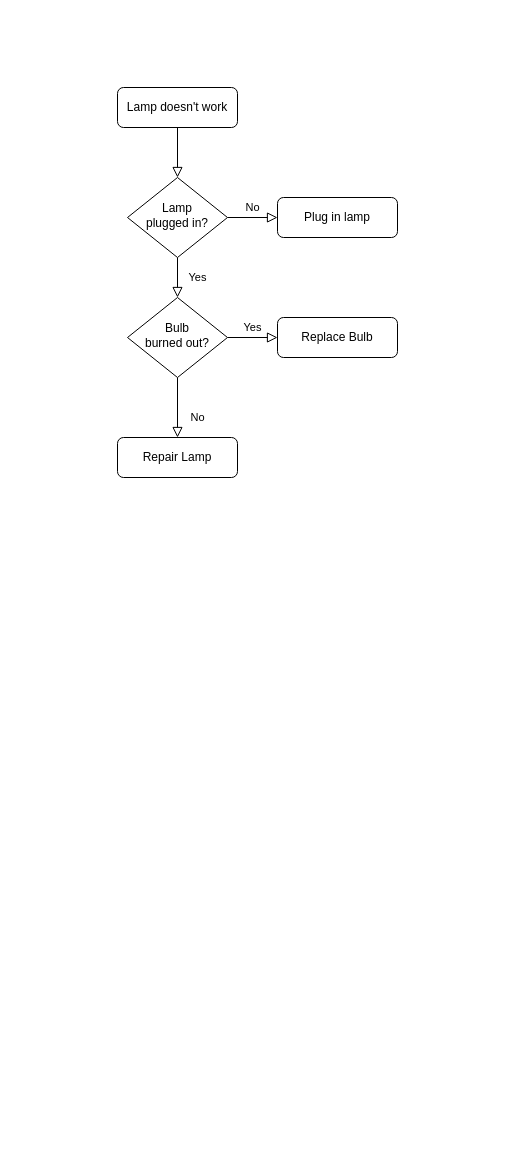
Above: Untitled Diagram.drawio in hmasoudd/genesys-models (draw.io), before the change. Source tidied: cells renumbered, new cells numbered last; positions are measured from the earlier drawing's top-left corner, leaving out a move shared by most shapes. Both pictures are drawn from the tidied source at 100%, with x=0, y=0 at pixel (117, 87).
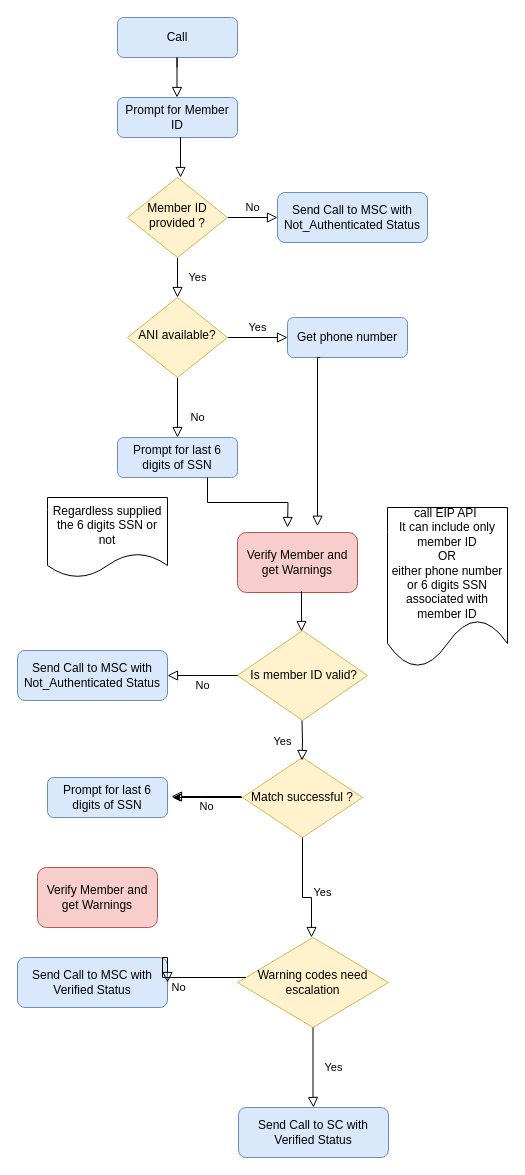
After the change.

Commit message:
genesis business Workflow.drawio

Diff of the diagram source:
```diff
@@
-    <mxCell id="2" style="rounded=0;html=1;jettySize=auto;fontSize=11;endArrow=block;endFill=0;endSize=8;strokeWidth=1;shadow=0;labelBackgroundColor=none;edgeStyle=orthogonalEdgeStyle;" parent="1" edge="1" source="3" target="6">
-      <mxGeometry relative="1" as="geometry" />
-    </mxCell>
-    <mxCell id="3" value="Lamp doesn't work" style="rounded=1;whiteSpace=wrap;html=1;fontSize=12;glass=0;strokeWidth=1;shadow=0;" parent="1" vertex="1">
-      <mxGeometry width="120" height="40" as="geometry" />
+    <mxCell id="3" value="Call" style="rounded=1;whiteSpace=wrap;html=1;fontSize=12;glass=0;strokeWidth=1;shadow=0;fillColor=#dae8fc;strokeColor=#6c8ebf;" parent="1" vertex="1">
+      <mxGeometry y="-70" width="120" height="40" as="geometry" />
     </mxCell>
@@
-    <mxCell id="6" value="Lamp&lt;br&gt;plugged in?" style="rhombus;whiteSpace=wrap;html=1;shadow=0;fontFamily=Helvetica;fontSize=12;align=center;strokeWidth=1;spacing=6;spacingTop=-4;" parent="1" vertex="1">
+    <mxCell id="6" value="Member ID provided ?" style="rhombus;whiteSpace=wrap;html=1;shadow=0;fontFamily=Helvetica;fontSize=12;align=center;strokeWidth=1;spacing=6;spacingTop=-4;fillColor=#fff2cc;strokeColor=#d6b656;" parent="1" vertex="1">
       <mxGeometry x="10" y="90" width="100" height="80" as="geometry" />
     </mxCell>
-    <mxCell id="7" value="Plug in lamp" style="rounded=1;whiteSpace=wrap;html=1;fontSize=12;glass=0;strokeWidth=1;shadow=0;" parent="1" vertex="1">
-      <mxGeometry x="160" y="110" width="120" height="40" as="geometry" />
+    <mxCell id="7" value="Send Call to MSC with Not_Authenticated Status" style="rounded=1;whiteSpace=wrap;html=1;fontSize=12;glass=0;strokeWidth=1;shadow=0;fillColor=#dae8fc;strokeColor=#6c8ebf;" parent="1" vertex="1">
+      <mxGeometry x="160" y="105" width="150" height="50" as="geometry" />
     </mxCell>
@@
-    <mxCell id="10" value="Bulb&lt;br&gt;burned out?" style="rhombus;whiteSpace=wrap;html=1;shadow=0;fontFamily=Helvetica;fontSize=12;align=center;strokeWidth=1;spacing=6;spacingTop=-4;" parent="1" vertex="1">
+    <mxCell id="10" value="ANI available?" style="rhombus;whiteSpace=wrap;html=1;shadow=0;fontFamily=Helvetica;fontSize=12;align=center;strokeWidth=1;spacing=6;spacingTop=-4;fillColor=#fff2cc;strokeColor=#d6b656;" parent="1" vertex="1">
       <mxGeometry x="10" y="210" width="100" height="80" as="geometry" />
     </mxCell>
-    <mxCell id="11" value="Repair Lamp" style="rounded=1;whiteSpace=wrap;html=1;fontSize=12;glass=0;strokeWidth=1;shadow=0;" parent="1" vertex="1">
+    <mxCell id="11" value="Prompt for last 6 digits of SSN" style="rounded=1;whiteSpace=wrap;html=1;fontSize=12;glass=0;strokeWidth=1;shadow=0;fillColor=#dae8fc;strokeColor=#6c8ebf;" parent="1" vertex="1">
       <mxGeometry y="350" width="120" height="40" as="geometry" />
     </mxCell>
-    <mxCell id="12" value="Replace Bulb" style="rounded=1;whiteSpace=wrap;html=1;fontSize=12;glass=0;strokeWidth=1;shadow=0;" parent="1" vertex="1">
-      <mxGeometry x="160" y="230" width="120" height="40" as="geometry" />
+    <mxCell id="12" value="Get phone number" style="rounded=1;whiteSpace=wrap;html=1;fontSize=12;glass=0;strokeWidth=1;shadow=0;fillColor=#dae8fc;strokeColor=#6c8ebf;" parent="1" vertex="1">
+      <mxGeometry x="170" y="230" width="120" height="40" as="geometry" />
     </mxCell>
+    <mxCell id="13" value="Prompt for Member ID" style="rounded=1;whiteSpace=wrap;html=1;fillColor=#dae8fc;strokeColor=#6c8ebf;" parent="1" vertex="1">
+      <mxGeometry y="10" width="120" height="40" as="geometry" />
+    </mxCell>
+    <mxCell id="14" value="Verify Member and get Warnings" style="rounded=1;whiteSpace=wrap;html=1;fillColor=#f8cecc;strokeColor=#b85450;" parent="1" vertex="1">
+      <mxGeometry x="120" y="445" width="120" height="60" as="geometry" />
+    </mxCell>
+    <mxCell id="15" style="rounded=0;html=1;jettySize=auto;fontSize=11;endArrow=block;endFill=0;endSize=8;strokeWidth=1;shadow=0;labelBackgroundColor=none;edgeStyle=orthogonalEdgeStyle;exitX=0.75;exitY=1;exitDx=0;exitDy=0;" parent="1" edge="1" source="11">
+      <mxGeometry relative="1" as="geometry">
+        <mxPoint x="170" y="440" as="targetPoint" />
+      </mxGeometry>
+    </mxCell>
+    <mxCell id="16" style="rounded=0;html=1;jettySize=auto;orthogonalLoop=1;fontSize=11;endArrow=block;endFill=0;endSize=8;strokeWidth=1;shadow=0;labelBackgroundColor=none;edgeStyle=orthogonalEdgeStyle;exitX=0.5;exitY=1;exitDx=0;exitDy=0;" parent="1" edge="1">
+      <mxGeometry relative="1" as="geometry">
+        <mxPoint x="63" y="60" as="sourcePoint" />
+        <mxPoint x="63" y="90" as="targetPoint" />
+        <Array as="points">
+          <mxPoint x="63" y="50" />
+          <mxPoint x="63" y="50" />
+        </Array>
+      </mxGeometry>
+    </mxCell>
+    <mxCell id="17" style="rounded=0;html=1;jettySize=auto;orthogonalLoop=1;fontSize=11;endArrow=block;endFill=0;endSize=8;strokeWidth=1;shadow=0;labelBackgroundColor=none;edgeStyle=orthogonalEdgeStyle;exitX=0.5;exitY=1;exitDx=0;exitDy=0;" parent="1" edge="1">
+      <mxGeometry relative="1" as="geometry">
+        <mxPoint x="59.5" y="-20" as="sourcePoint" />
+        <mxPoint x="59.5" y="10" as="targetPoint" />
+        <Array as="points">
+          <mxPoint x="59.5" y="-30" />
+          <mxPoint x="59.5" y="-30" />
+        </Array>
+      </mxGeometry>
+    </mxCell>
+    <mxCell id="18" style="rounded=0;html=1;jettySize=auto;orthogonalLoop=1;fontSize=11;endArrow=block;endFill=0;endSize=8;strokeWidth=1;shadow=0;labelBackgroundColor=none;edgeStyle=orthogonalEdgeStyle;exitX=0.414;exitY=1.058;exitDx=0;exitDy=0;exitPerimeter=0;" parent="1" edge="1">
+      <mxGeometry relative="1" as="geometry">
+        <mxPoint x="202.7" y="270" as="sourcePoint" />
+        <mxPoint x="200" y="438.7" as="targetPoint" />
+        <Array as="points">
+          <mxPoint x="200" y="269.7" />
+        </Array>
+      </mxGeometry>
+    </mxCell>
+    <mxCell id="19" value="Regardless supplied the 6 digits SSN or not" style="shape=document;whiteSpace=wrap;html=1;boundedLbl=1;" parent="1" vertex="1">
+      <mxGeometry x="-70" y="410" width="120" height="80" as="geometry" />
+    </mxCell>
+    <mxCell id="20" value="call EIP API&amp;nbsp;&lt;br&gt;It can include only member ID&lt;br&gt;OR&lt;br&gt;either phone number or 6 digits SSN associated with member ID" style="shape=document;whiteSpace=wrap;html=1;boundedLbl=1;" parent="1" vertex="1">
+      <mxGeometry x="270" y="420" width="120" height="160" as="geometry" />
+    </mxCell>
+    <mxCell id="21" style="edgeStyle=orthogonalEdgeStyle;rounded=0;jettySize=auto;html=1;" parent="1" edge="1" source="22">
+      <mxGeometry relative="1" as="geometry">
+        <mxPoint x="55" y="710" as="targetPoint" />
+      </mxGeometry>
+    </mxCell>
+    <mxCell id="22" value="Match successful ?" style="rhombus;whiteSpace=wrap;html=1;fillColor=#fff2cc;strokeColor=#d6b656;" parent="1" vertex="1">
+      <mxGeometry x="125" y="670" width="120" height="80" as="geometry" />
+    </mxCell>
+    <mxCell id="23" value="&amp;nbsp;Is member ID valid?" style="rhombus;whiteSpace=wrap;html=1;fillColor=#fff2cc;strokeColor=#d6b656;" parent="1" vertex="1">
+      <mxGeometry x="120" y="543" width="130" height="90" as="geometry" />
+    </mxCell>
+    <mxCell id="24" value="Send Call to MSC with Not_Authenticated Status" style="rounded=1;whiteSpace=wrap;html=1;fontSize=12;glass=0;strokeWidth=1;shadow=0;fillColor=#dae8fc;strokeColor=#6c8ebf;" parent="1" vertex="1">
+      <mxGeometry x="-100" y="563" width="150" height="50" as="geometry" />
+    </mxCell>
+    <mxCell id="25" value="Yes" style="rounded=0;html=1;jettySize=auto;orthogonalLoop=1;fontSize=11;endArrow=block;endFill=0;endSize=8;strokeWidth=1;shadow=0;labelBackgroundColor=none;edgeStyle=orthogonalEdgeStyle;" parent="1" edge="1">
+      <mxGeometry y="20" relative="1" as="geometry">
+        <mxPoint x="184.5" y="633" as="sourcePoint" />
+        <mxPoint x="184.5" y="673" as="targetPoint" />
+      </mxGeometry>
+    </mxCell>
+    <mxCell id="26" style="rounded=0;html=1;jettySize=auto;orthogonalLoop=1;fontSize=11;endArrow=block;endFill=0;endSize=8;strokeWidth=1;shadow=0;labelBackgroundColor=none;edgeStyle=orthogonalEdgeStyle;exitX=0.5;exitY=1;exitDx=0;exitDy=0;" parent="1" edge="1">
+      <mxGeometry relative="1" as="geometry">
+        <mxPoint x="184" y="514" as="sourcePoint" />
+        <mxPoint x="184" y="544" as="targetPoint" />
+        <Array as="points">
+          <mxPoint x="184" y="504" />
+          <mxPoint x="184" y="504" />
+        </Array>
+      </mxGeometry>
+    </mxCell>
+    <mxCell id="27" value="No" style="edgeStyle=orthogonalEdgeStyle;rounded=0;html=1;jettySize=auto;fontSize=11;endArrow=block;endFill=0;endSize=8;strokeWidth=1;shadow=0;labelBackgroundColor=none;entryX=1;entryY=0.5;entryDx=0;entryDy=0;" parent="1" edge="1" target="24">
+      <mxGeometry y="10" relative="1" as="geometry">
+        <mxPoint x="120" y="588" as="sourcePoint" />
+        <Array as="points">
+          <mxPoint x="80" y="588" />
+        </Array>
+      </mxGeometry>
+    </mxCell>
+    <mxCell id="28" value="No" style="edgeStyle=orthogonalEdgeStyle;rounded=0;html=1;jettySize=auto;orthogonalLoop=1;fontSize=11;endArrow=block;endFill=0;endSize=8;strokeWidth=1;shadow=0;labelBackgroundColor=none;entryX=1;entryY=0.5;entryDx=0;entryDy=0;" parent="1" edge="1">
+      <mxGeometry y="10" relative="1" as="geometry">
+        <mxPoint x="124" y="709" as="sourcePoint" />
+        <mxPoint x="54" y="709" as="targetPoint" />
+        <Array as="points">
+          <mxPoint x="84" y="709" />
+        </Array>
+      </mxGeometry>
+    </mxCell>
+    <mxCell id="29" value="Warning codes need escalation" style="rhombus;whiteSpace=wrap;html=1;fillColor=#fff2cc;strokeColor=#d6b656;" parent="1" vertex="1">
+      <mxGeometry x="120" y="850" width="151" height="90" as="geometry" />
+    </mxCell>
+    <mxCell id="30" value="Send Call to MSC with Verified Status" style="rounded=1;whiteSpace=wrap;html=1;fontSize=12;glass=0;strokeWidth=1;shadow=0;fillColor=#dae8fc;strokeColor=#6c8ebf;" parent="1" vertex="1">
+      <mxGeometry x="-100" y="870" width="150" height="50" as="geometry" />
+    </mxCell>
+    <mxCell id="31" value="Send Call to SC with Verified Status" style="rounded=1;whiteSpace=wrap;html=1;fontSize=12;glass=0;strokeWidth=1;shadow=0;fillColor=#dae8fc;strokeColor=#6c8ebf;" parent="1" vertex="1">
+      <mxGeometry x="121" y="1020" width="150" height="50" as="geometry" />
+    </mxCell>
+    <mxCell id="32" value="Yes" style="rounded=0;html=1;jettySize=auto;fontSize=11;endArrow=block;endFill=0;endSize=8;strokeWidth=1;shadow=0;labelBackgroundColor=none;edgeStyle=orthogonalEdgeStyle;exitX=0.5;exitY=1;exitDx=0;exitDy=0;" parent="1" edge="1" source="22">
+      <mxGeometry y="20" relative="1" as="geometry">
+        <mxPoint x="194" y="850" as="targetPoint" />
+        <Array as="points">
+          <mxPoint x="185" y="810" />
+          <mxPoint x="194" y="810" />
+        </Array>
+      </mxGeometry>
+    </mxCell>
+    <mxCell id="33" value="No" style="edgeStyle=orthogonalEdgeStyle;rounded=0;html=1;jettySize=auto;fontSize=11;endArrow=block;endFill=0;endSize=8;strokeWidth=1;shadow=0;labelBackgroundColor=none;entryX=1;entryY=0.5;entryDx=0;entryDy=0;" parent="1" edge="1" source="29" target="30">
+      <mxGeometry y="10" relative="1" as="geometry">
+        <Array as="points">
+          <mxPoint x="45" y="890" />
+          <mxPoint x="45" y="870" />
+          <mxPoint x="50" y="870" />
+        </Array>
+      </mxGeometry>
+    </mxCell>
+    <mxCell id="34" value="Yes" style="rounded=0;html=1;jettySize=auto;fontSize=11;endArrow=block;endFill=0;endSize=8;strokeWidth=1;shadow=0;labelBackgroundColor=none;edgeStyle=orthogonalEdgeStyle;exitX=0.5;exitY=1;exitDx=0;exitDy=0;entryX=0.5;entryY=0;entryDx=0;entryDy=0;" parent="1" edge="1" target="31">
+      <mxGeometry y="20" relative="1" as="geometry">
+        <mxPoint x="195.5" y="940" as="sourcePoint" />
+        <Array as="points">
+          <mxPoint x="196" y="1010" />
+          <mxPoint x="196" y="1010" />
+        </Array>
+      </mxGeometry>
+    </mxCell>
+    <mxCell id="35" value="Prompt for last 6 digits of SSN" style="rounded=1;whiteSpace=wrap;html=1;fontSize=12;glass=0;strokeWidth=1;shadow=0;fillColor=#dae8fc;strokeColor=#6c8ebf;" parent="1" vertex="1">
+      <mxGeometry x="-70" y="690" width="120" height="40" as="geometry" />
+    </mxCell>
+    <mxCell id="36" value="Verify Member and get Warnings" style="rounded=1;whiteSpace=wrap;html=1;fillColor=#f8cecc;strokeColor=#b85450;" parent="1" vertex="1">
+      <mxGeometry x="-80" y="780" width="120" height="60" as="geometry" />
+    </mxCell>
```
